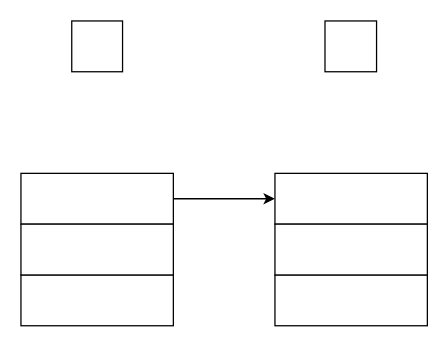
Before: TC2LINK/SendReceiveReply_Get.drawio in BEYHHH/SBLP, a draw.io diagram. Source tidied: cells renumbered, new cells numbered last; positions are measured from the earlier drawing's top-left corner, leaving out a move shared by most shapes. Both pictures are drawn from the tidied source at 127%, with x=0, y=0 at pixel (20, 20).
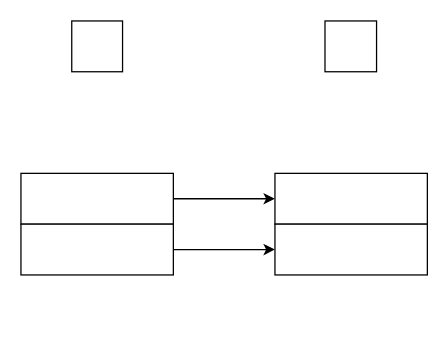
The same page after the edit.

Change to the diagram source:
```diff
@@
 <mxGraphModel>
   <root>
     <mxCell id="0" />
     <mxCell id="1" parent="0" />
-    <mxCell id="2" style="rounded=0;whiteSpace=wrap;html=1;" parent="1" vertex="1">
-      <mxGeometry y="200" width="120" height="40" as="geometry" />
-    </mxCell>
-    <mxCell id="3" style="rounded=0;whiteSpace=wrap;html=1;" parent="1" vertex="1">
-      <mxGeometry x="200" y="200" width="120" height="40" as="geometry" />
-    </mxCell>
     <mxCell id="4" style="rounded=0;whiteSpace=wrap;html=1;" parent="1" vertex="1">
       <mxGeometry x="200" y="120" width="120" height="40" as="geometry" />
     </mxCell>
     <mxCell id="5" style="rounded=0;whiteSpace=wrap;html=1;" parent="1" vertex="1">
       <mxGeometry x="200" y="160" width="120" height="40" as="geometry" />
     </mxCell>
     <mxCell id="6" style="rounded=0;whiteSpace=wrap;html=1;" parent="1" vertex="1">
       <mxGeometry y="120" width="120" height="40" as="geometry" />
     </mxCell>
     <mxCell id="7" style="rounded=0;whiteSpace=wrap;html=1;" parent="1" vertex="1">
       <mxGeometry y="160" width="120" height="40" as="geometry" />
     </mxCell>
     <mxCell id="8" style="rounded=0;whiteSpace=wrap;html=1;" parent="1" vertex="1">
       <mxGeometry x="40" width="40" height="40" as="geometry" />
     </mxCell>
     <mxCell id="9" style="rounded=0;whiteSpace=wrap;html=1;" parent="1" vertex="1">
       <mxGeometry x="239.4" width="40.6" height="40" as="geometry" />
     </mxCell>
     <mxCell id="10" style="endArrow=classic;html=1;rounded=0;entryX=0;entryY=0.5;entryDx=0;entryDy=0;" parent="1" edge="1" source="6" target="4">
       <mxGeometry relative="1" as="geometry" />
     </mxCell>
+    <mxCell id="11" style="endArrow=classic;html=1;rounded=0;entryX=0;entryY=0.5;entryDx=0;entryDy=0;exitX=1;exitY=0.5;exitDx=0;exitDy=0;" parent="1" edge="1" source="7" target="5">
+      <mxGeometry relative="1" as="geometry" />
+    </mxCell>
   </root>
 </mxGraphModel>
```
